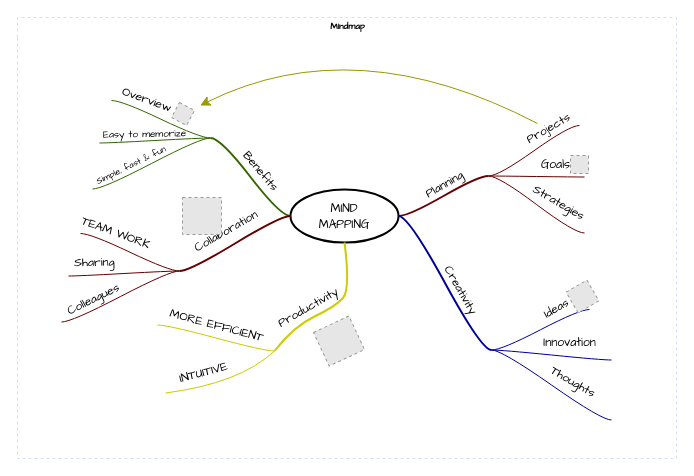
This is 私人定制蛋糕.drawio from zxinzhiniepan/draw.io, a draw.io file, before an edit. Source tidied: cells renumbered, new cells numbered last; positions are measured from the earlier drawing's top-left corner, leaving out a move shared by most shapes. Both pictures are drawn from the tidied source at 100%, with x=0, y=0 at pixel (17, 17). Pictures stored in the file or linked from it are replaced by grey dashed boxes.
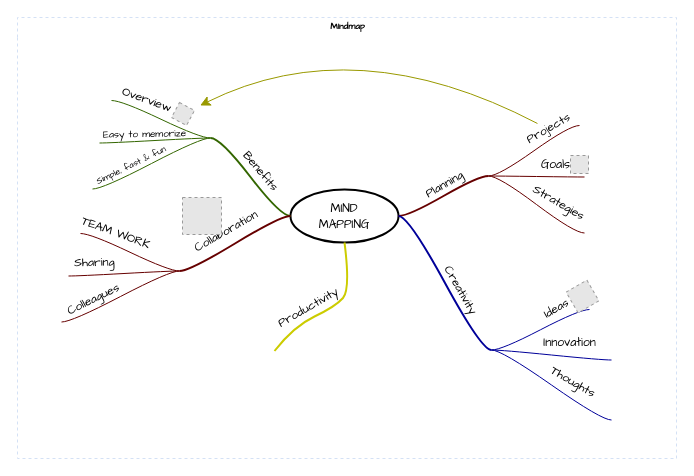
The same diagram, later.

Commit message:
更新私人定制蛋糕.drawio

Unchanged cells that the change refers to:
```xml
<mxCell id="2" value="Mindmap" style="swimlane;html=1;startSize=20;horizontal=1;containerType=tree;labelBackgroundColor=none;strokeColor=#D4E1F5;strokeWidth=1;fillColor=none;fontFamily=Comic Sans MS;fontSize=9;swimlaneLine=0;dashed=1;" parent="1" vertex="1">
  <mxGeometry width="659" height="441" as="geometry" />
</mxCell>
```

Diff of the diagram source:
```diff
@@
-    <mxCell id="61" style="whiteSpace=wrap;html=1;rounded=1;arcSize=50;align=center;verticalAlign=middle;strokeWidth=1;spacing=4;" parent="2" vertex="1">
+    <mxCell id="61" style="whiteSpace=wrap;html=1;rounded=1;arcSize=50;align=center;verticalAlign=middle;strokeWidth=1;spacing=4;" parent="2" vertex="1" collapsed="1">
       <mxGeometry x="257" y="333" height="1" as="geometry" />
     </mxCell>
@@
-    <mxCell id="64" style="whiteSpace=wrap;html=1;rounded=1;arcSize=50;align=center;verticalAlign=middle;strokeWidth=1;spacing=4;" parent="2" vertex="1">
-      <mxGeometry x="148" y="375" height="1" as="geometry" />
-    </mxCell>
-    <mxCell id="65" style="startArrow=none;endArrow=none;segment=10;strokeColor=#CCCC00;curved=1;rounded=0;fontSize=12;startSize=8;endSize=8;" parent="2" edge="1" source="61" target="64">
-      <mxGeometry relative="1" as="geometry">
-        <Array as="points">
-          <mxPoint x="222" y="366" />
-        </Array>
-      </mxGeometry>
-    </mxCell>
-    <mxCell id="66" value="INTUITIVE" style="text;html=1;align=center;verticalAlign=middle;labelBackgroundColor=none;fontFamily=Comic Sans MS;rotation=-15;fontSize=12;" parent="65" vertex="1">
-      <mxGeometry x="-0.11" y="-1" relative="1" as="geometry">
-        <mxPoint x="-30" y="-10" as="offset" />
-      </mxGeometry>
-    </mxCell>
-    <mxCell id="67" style="whiteSpace=wrap;html=1;rounded=1;arcSize=50;align=center;verticalAlign=middle;strokeWidth=1;spacing=4;" parent="2" vertex="1">
-      <mxGeometry x="140" y="307" height="1" as="geometry" />
-    </mxCell>
-    <mxCell id="68" style="edgeStyle=entityRelationEdgeStyle;startArrow=none;endArrow=none;segment=10;curved=1;strokeColor=#CCCC00;rounded=0;fontSize=12;startSize=8;endSize=8;" parent="2" edge="1" source="61" target="67">
-      <mxGeometry relative="1" as="geometry" />
-    </mxCell>
-    <mxCell id="69" value="MORE EFFICIENT" style="text;html=1;align=center;verticalAlign=middle;labelBackgroundColor=none;fontFamily=Comic Sans MS;rotation=15;fontSize=12;" parent="68" vertex="1">
-      <mxGeometry x="-0.11" y="-1" relative="1" as="geometry">
-        <mxPoint x="-6" y="-13" as="offset" />
-      </mxGeometry>
-    </mxCell>
-    <mxCell id="70" style="fillColor=#E6E6E6;strokeColor=#999999;dashed=1;html=1;verticalAlign=top;verticalLabelPosition=bottom;labelBackgroundColor=#ffffff;fontFamily=Comic Sans MS;fontSize=12;fontColor=#000000;align=center;rotation=-25;" parent="2" vertex="1">
-      <mxGeometry x="302" y="305" width="39" height="37" as="geometry" />
-    </mxCell>
-    <mxCell id="71" style="edgeStyle=none;jumpStyle=arc;html=1;entryX=0.5;entryY=1;entryPerimeter=0;endArrow=classicThin;endFill=1;jettySize=auto;strokeColor=none;strokeWidth=2;fontFamily=Comic Sans MS;fontSize=12;rounded=0;startSize=8;endSize=8;curved=1;" parent="2" edge="1" source="61" target="70">
-      <mxGeometry relative="1" as="geometry" />
-    </mxCell>
```
